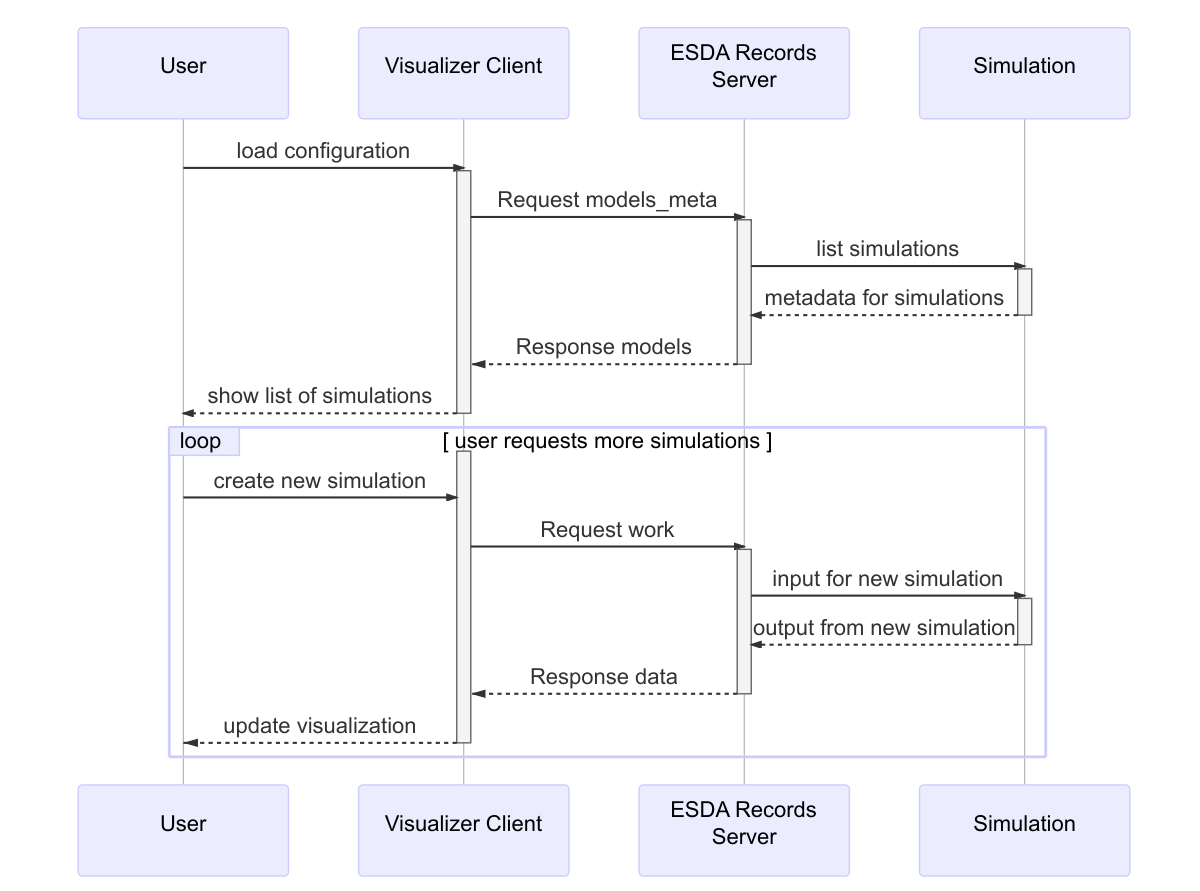
This is simulation-rpc.mermaid.png from NREL/AESD, a Mermaid export, as it was before one commit. Its source is kept beside it as simulation-rpc.mermaid.
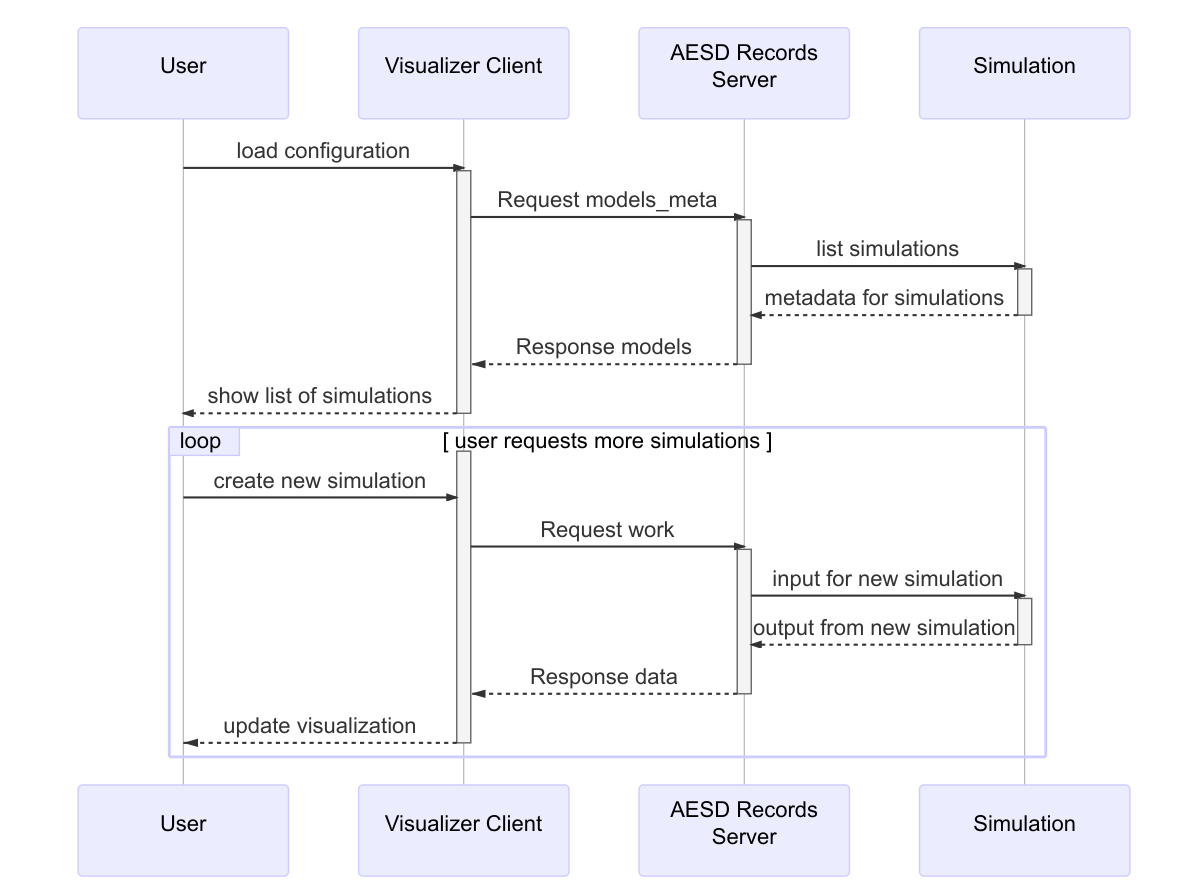
Above is the later version.

What changed in the source:
```diff
@@ -2,33 +2,33 @@
 
 participant User
 participant Visualizer Client
-participant ESDA Records Server
+participant AESD Records Server
 participant Simulation
 
 User ->> Visualizer Client: load configuration
 activate Visualizer Client
-Visualizer Client ->> ESDA Records Server: Request models_meta
-activate ESDA Records Server
-ESDA Records Server ->> Simulation: list simulations
+Visualizer Client ->> AESD Records Server: Request models_meta
+activate AESD Records Server
+AESD Records Server ->> Simulation: list simulations
 activate Simulation
-Simulation -->> ESDA Records Server: metadata for simulations
+Simulation -->> AESD Records Server: metadata for simulations
 deactivate Simulation
-ESDA Records Server --x Visualizer Client: Response models
-deactivate ESDA Records Server
+AESD Records Server --x Visualizer Client: Response models
+deactivate AESD Records Server
 Visualizer Client -->> User: show list of simulations
 deactivate Visualizer Client
 
 loop user requests more simulations
   activate Visualizer Client
   User ->> Visualizer Client: create new simulation
-  Visualizer Client ->> ESDA Records Server: Request work
-  activate ESDA Records Server
-  ESDA Records Server ->> Simulation: input for new simulation
+  Visualizer Client ->> AESD Records Server: Request work
+  activate AESD Records Server
+  AESD Records Server ->> Simulation: input for new simulation
   activate Simulation
-  Simulation -->> ESDA Records Server: output from new simulation
+  Simulation -->> AESD Records Server: output from new simulation
   deactivate Simulation
-  ESDA Records Server --x Visualizer Client: Response data
-  deactivate ESDA Records Server
+  AESD Records Server --x Visualizer Client: Response data
+  deactivate AESD Records Server
   Visualizer Client --x User: update visualization
   deactivate Visualizer Client
 end
```
